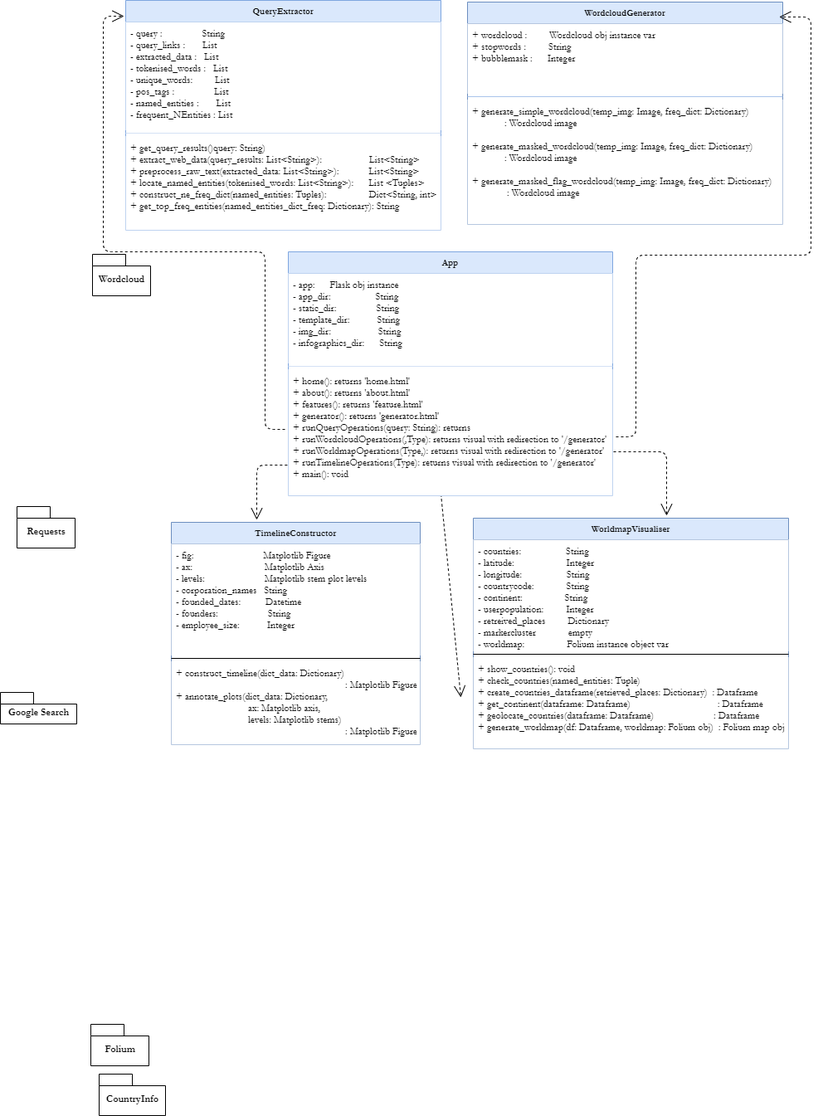
Before: Documentation/Design/GIFT-UML-Diagram.png, a diagram exported from draw.io (John8790909/Generating-Infographics-from-Text). Source tidied: cells renumbered, new cells last; positions are measured from the earlier drawing's top-left corner, leaving out a move shared by most shapes.
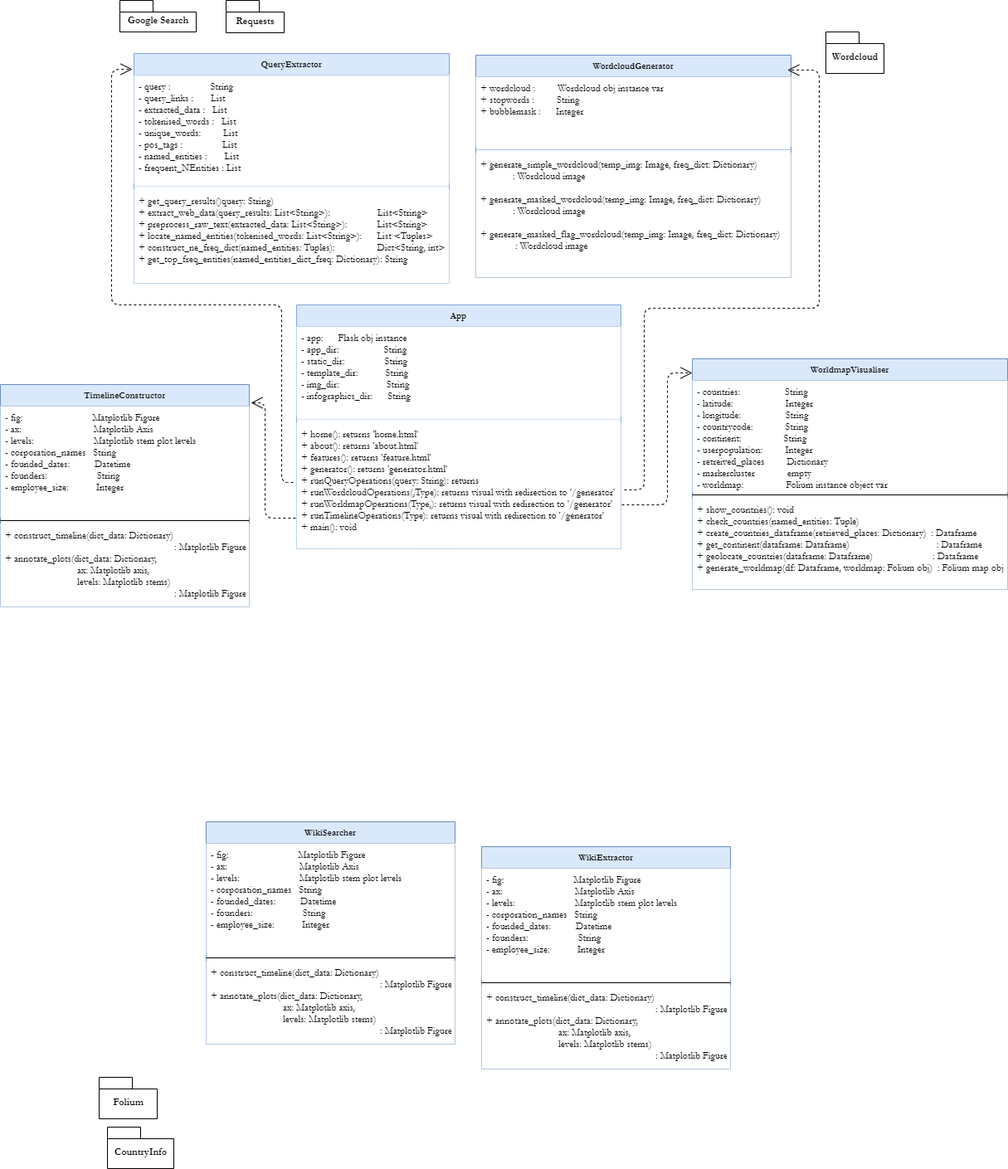
The same file after the commit.

The edit, as a diff of the source:
```diff
@@ -3,10 +3,10 @@
     <mxCell id="0" />
     <mxCell id="1" parent="0" />
     <mxCell id="2" value="Google Search" style="shape=folder;fontStyle=1;spacingTop=10;tabWidth=40;tabHeight=14;tabPosition=left;html=1;fontFamily=Garamond;" parent="1" vertex="1">
-      <mxGeometry y="834" width="92" height="38" as="geometry" />
+      <mxGeometry x="134" y="-64" width="92" height="38" as="geometry" />
     </mxCell>
     <mxCell id="3" value="Wordcloud" style="shape=folder;fontStyle=1;spacingTop=10;tabWidth=40;tabHeight=14;tabPosition=left;html=1;fontFamily=Garamond;" parent="1" vertex="1">
-      <mxGeometry x="111" y="306" width="70" height="50" as="geometry" />
+      <mxGeometry x="985" y="-26" width="70" height="50" as="geometry" />
     </mxCell>
     <mxCell id="4" value="Folium" style="shape=folder;fontStyle=1;spacingTop=10;tabWidth=40;tabHeight=14;tabPosition=left;html=1;fontFamily=Garamond;" parent="1" vertex="1">
       <mxGeometry x="109" y="1234" width="70" height="50" as="geometry" />
@@ -15,7 +15,7 @@
       <mxGeometry x="119" y="1294" width="80" height="50" as="geometry" />
     </mxCell>
     <mxCell id="6" value="Requests" style="shape=folder;fontStyle=1;spacingTop=10;tabWidth=40;tabHeight=14;tabPosition=left;html=1;fontFamily=Garamond;" parent="1" vertex="1">
-      <mxGeometry x="20" y="610" width="70" height="50" as="geometry" />
+      <mxGeometry x="262" y="-64" width="70" height="39" as="geometry" />
     </mxCell>
     <mxCell id="7" value="WordcloudGenerator" style="swimlane;fontStyle=1;align=center;verticalAlign=top;horizontal=1;startSize=26;fontFamily=Garamond;fontSize=11;labelBackgroundColor=none;fillColor=#dae8fc;strokeColor=#6c8ebf;" parent="1" vertex="1">
       <mxGeometry x="563" y="2" width="380" height="268" as="geometry" />
@@ -30,7 +30,7 @@
       <mxGeometry y="118" width="380" height="150" as="geometry" />
     </mxCell>
     <mxCell id="11" value="WorldmapVisualiser" style="swimlane;fontStyle=1;align=center;verticalAlign=top;horizontal=1;startSize=26;labelBackgroundColor=none;fontFamily=Garamond;fontSize=11;fillColor=#dae8fc;strokeColor=#6c8ebf;" parent="1" vertex="1">
-      <mxGeometry x="570" y="624" width="380" height="278" as="geometry" />
+      <mxGeometry x="824" y="368" width="380" height="278" as="geometry" />
     </mxCell>
     <mxCell id="12" value="- countries:                  String&#10;- latitude:                     Integer&#10;- longitude:                  String&#10;- countrycode:             String&#10;- continent:                 String&#10;- userpopulation:         Integer&#10;- retreived_places         Dictionary&#10;- markercluster             empty&#10;- worldmap:                 Folium instance object var" style="text;strokeColor=none;align=left;verticalAlign=top;spacingLeft=4;spacingRight=4;overflow=hidden;fontFamily=Garamond;fillColor=#ffffff;" parent="11" vertex="1">
       <mxGeometry y="26" width="380" height="134" as="geometry" />
@@ -42,7 +42,7 @@
       <mxGeometry y="168" width="380" height="110" as="geometry" />
     </mxCell>
     <mxCell id="15" value="TimelineConstructor" style="swimlane;fontStyle=1;align=center;verticalAlign=top;horizontal=1;startSize=26;labelBackgroundColor=none;fontFamily=Garamond;fontSize=11;fillColor=#dae8fc;strokeColor=#6c8ebf;" parent="1" vertex="1">
-      <mxGeometry x="206" y="629" width="300" height="268" as="geometry" />
+      <mxGeometry x="-10" y="399" width="300" height="268" as="geometry" />
     </mxCell>
     <mxCell id="16" value="- fig:                            Matplotlib Figure&#10;- ax:                             Matplotlib Axis&#10;- levels:                        Matplotlib stem plot levels&#10;- corporation_names   String&#10;- founded_dates:          Datetime&#10;- founders:                    String&#10;- employee_size:           Integer&#10;" style="text;strokeColor=none;align=left;verticalAlign=top;spacingLeft=4;spacingRight=4;overflow=hidden;fontFamily=Garamond;fillColor=#ffffff;" parent="15" vertex="1">
       <mxGeometry y="26" width="300" height="134" as="geometry" />
@@ -55,27 +55,23 @@
     </mxCell>
     <mxCell id="19" style="endArrow=open;dashed=1;endFill=0;endSize=12;html=1;fontFamily=Garamond;fontSize=12;exitX=-0.003;exitY=0.757;exitDx=0;exitDy=0;exitPerimeter=0;" parent="1" edge="1" source="30">
       <mxGeometry relative="1" as="geometry">
-        <mxPoint x="309" y="626" as="targetPoint" />
+        <mxPoint x="292" y="421" as="targetPoint" />
         <Array as="points">
           <mxPoint x="309" y="560" />
+          <mxPoint x="309" y="421" />
         </Array>
       </mxGeometry>
     </mxCell>
     <mxCell id="20" style="endArrow=open;dashed=1;endFill=0;endSize=12;html=1;fontFamily=Garamond;fontSize=12;" parent="1" edge="1">
       <mxGeometry relative="1" as="geometry">
         <mxPoint x="739" y="544" as="sourcePoint" />
-        <mxPoint x="803" y="621" as="targetPoint" />
+        <mxPoint x="824" y="385" as="targetPoint" />
         <Array as="points">
-          <mxPoint x="803" y="544" />
+          <mxPoint x="794" y="544" />
+          <mxPoint x="794" y="385" />
         </Array>
       </mxGeometry>
     </mxCell>
-    <mxCell id="21" style="endArrow=open;dashed=1;endFill=0;endSize=12;html=1;fontFamily=Garamond;fontSize=12;" parent="1" edge="1">
-      <mxGeometry relative="1" as="geometry">
-        <mxPoint x="531" y="595" as="sourcePoint" />
-        <mxPoint x="555" y="840" as="targetPoint" />
-      </mxGeometry>
-    </mxCell>
     <mxCell id="22" style="endArrow=open;dashed=1;endFill=0;endSize=12;html=1;fontFamily=Garamond;fontSize=12;entryX=0.989;entryY=0.067;entryDx=0;entryDy=0;entryPerimeter=0;" parent="1" edge="1" target="7">
       <mxGeometry relative="1" as="geometry">
         <mxPoint x="742" y="526" as="sourcePoint" />
@@ -116,12 +112,36 @@
         <mxPoint x="343" y="517" as="sourcePoint" />
         <mxPoint x="149" y="19" as="targetPoint" />
         <Array as="points">
-          <mxPoint x="319" y="517" />
-          <mxPoint x="319" y="303" />
+          <mxPoint x="329" y="517" />
+          <mxPoint x="329" y="303" />
           <mxPoint x="124" y="303" />
           <mxPoint x="124" y="19" />
         </Array>
       </mxGeometry>
     </mxCell>
+    <mxCell id="32" value="WikiSearcher" style="swimlane;fontStyle=1;align=center;verticalAlign=top;horizontal=1;startSize=26;labelBackgroundColor=none;fontFamily=Garamond;fontSize=11;fillColor=#dae8fc;strokeColor=#6c8ebf;" parent="1" vertex="1">
+      <mxGeometry x="238" y="926" width="300" height="268" as="geometry" />
+    </mxCell>
+    <mxCell id="33" value="- fig:                            Matplotlib Figure&#10;- ax:                             Matplotlib Axis&#10;- levels:                        Matplotlib stem plot levels&#10;- corporation_names   String&#10;- founded_dates:          Datetime&#10;- founders:                    String&#10;- employee_size:           Integer&#10;" style="text;strokeColor=none;align=left;verticalAlign=top;spacingLeft=4;spacingRight=4;overflow=hidden;fontFamily=Garamond;fillColor=#ffffff;" parent="32" vertex="1">
+      <mxGeometry y="26" width="300" height="134" as="geometry" />
+    </mxCell>
+    <mxCell id="34" style="line;strokeWidth=1;fillColor=none;align=left;verticalAlign=middle;spacingTop=-1;spacingLeft=3;spacingRight=3;labelPosition=right;" parent="32" vertex="1">
+      <mxGeometry y="160" width="300" height="8" as="geometry" />
+    </mxCell>
+    <mxCell id="35" value="+ construct_timeline(dict_data: Dictionary)&#10;                                                                    : Matplotlib Figure&#10;+ annotate_plots(dict_data: Dictionary, &#10;                             ax: Matplotlib axis, &#10;                             levels: Matplotlib stems) &#10;                                                                    : Matplotlib Figure" style="text;strokeColor=none;align=left;verticalAlign=top;spacingLeft=4;spacingRight=4;overflow=hidden;fontFamily=Garamond;fillColor=#ffffff;" parent="32" vertex="1">
+      <mxGeometry y="168" width="300" height="100" as="geometry" />
+    </mxCell>
+    <mxCell id="36" value="WikiExtractor" style="swimlane;fontStyle=1;align=center;verticalAlign=top;horizontal=1;startSize=26;labelBackgroundColor=none;fontFamily=Garamond;fontSize=11;fillColor=#dae8fc;strokeColor=#6c8ebf;" parent="1" vertex="1">
+      <mxGeometry x="570" y="956" width="300" height="268" as="geometry" />
+    </mxCell>
+    <mxCell id="37" value="- fig:                            Matplotlib Figure&#10;- ax:                             Matplotlib Axis&#10;- levels:                        Matplotlib stem plot levels&#10;- corporation_names   String&#10;- founded_dates:          Datetime&#10;- founders:                    String&#10;- employee_size:           Integer&#10;" style="text;strokeColor=none;align=left;verticalAlign=top;spacingLeft=4;spacingRight=4;overflow=hidden;fontFamily=Garamond;fillColor=#ffffff;" parent="36" vertex="1">
+      <mxGeometry y="26" width="300" height="134" as="geometry" />
+    </mxCell>
+    <mxCell id="38" style="line;strokeWidth=1;fillColor=none;align=left;verticalAlign=middle;spacingTop=-1;spacingLeft=3;spacingRight=3;labelPosition=right;" parent="36" vertex="1">
+      <mxGeometry y="160" width="300" height="8" as="geometry" />
+    </mxCell>
+    <mxCell id="39" value="+ construct_timeline(dict_data: Dictionary)&#10;                                                                    : Matplotlib Figure&#10;+ annotate_plots(dict_data: Dictionary, &#10;                             ax: Matplotlib axis, &#10;                             levels: Matplotlib stems) &#10;                                                                    : Matplotlib Figure" style="text;strokeColor=none;align=left;verticalAlign=top;spacingLeft=4;spacingRight=4;overflow=hidden;fontFamily=Garamond;fillColor=#ffffff;" parent="36" vertex="1">
+      <mxGeometry y="168" width="300" height="100" as="geometry" />
+    </mxCell>
   </root>
 </mxGraphModel>
```
